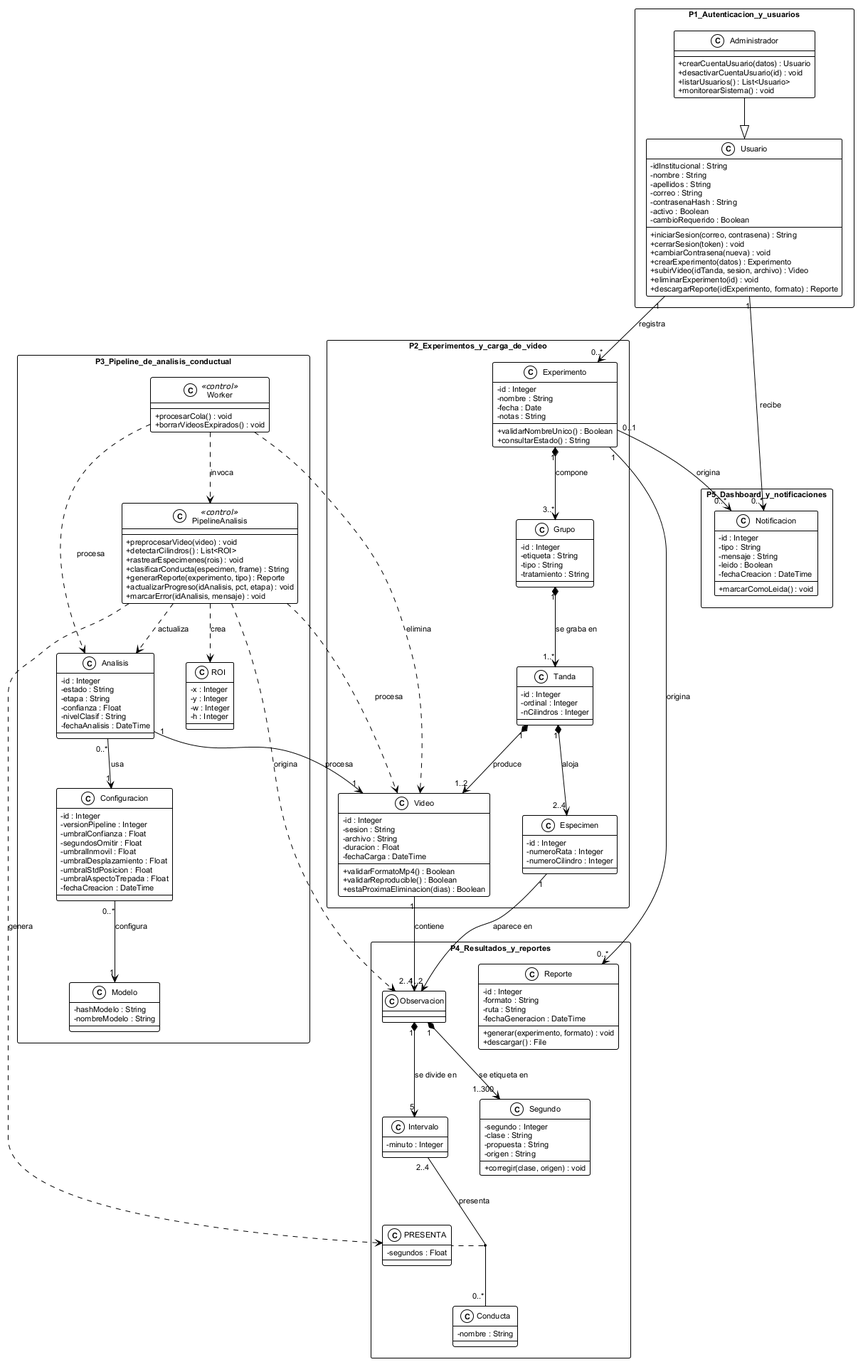
The PlantUML diagram diagramas/clases.png in ErickJester/fst-ai-system-latex, before a commit.
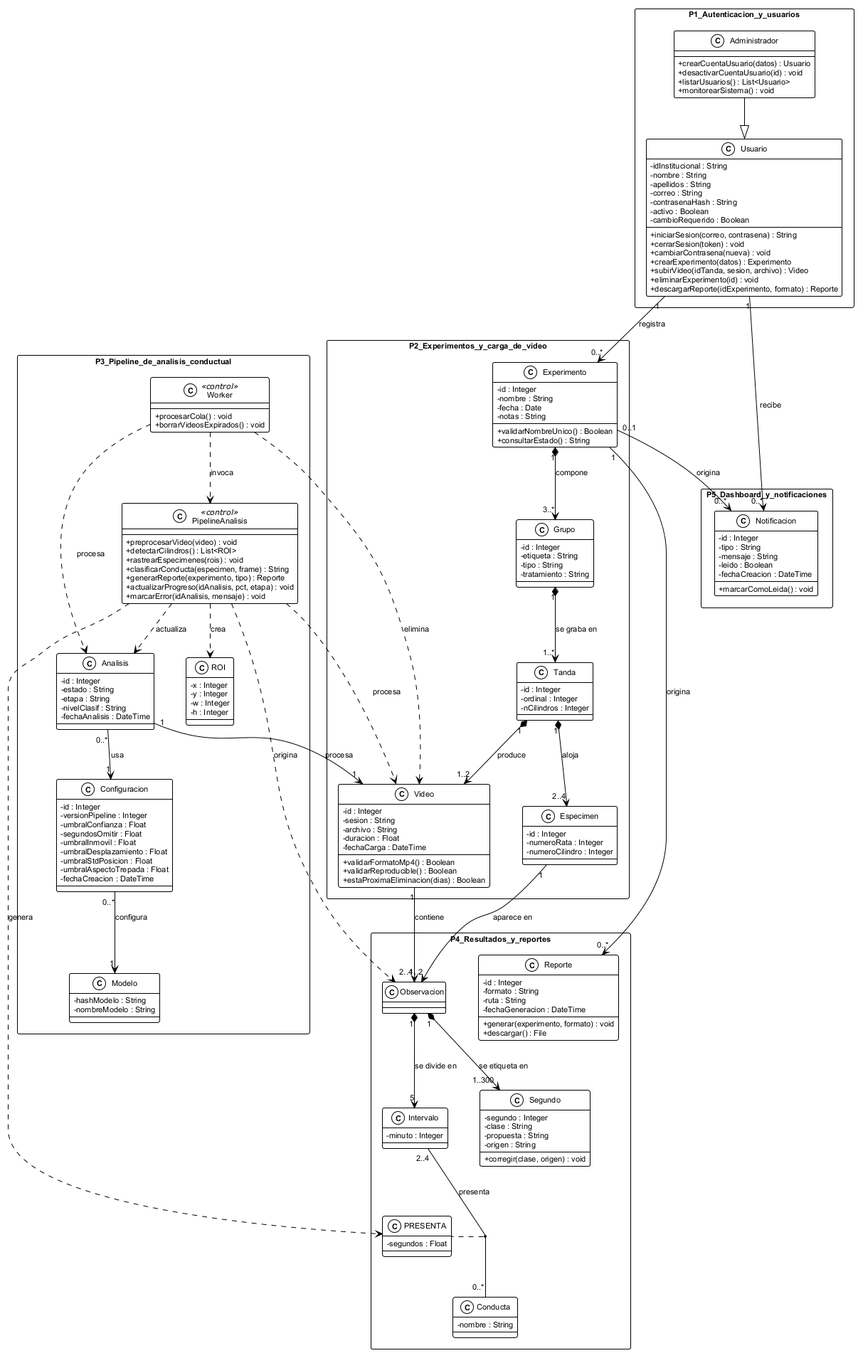
The same file after the commit.

Change to the diagram source:
```diff
@@ -106,7 +106,6 @@
     -id : Integer
     -estado : String
     -etapa : String
-    -confianza : Float
     -nivelClasif : String
     -fechaAnalisis : DateTime
   }
```
